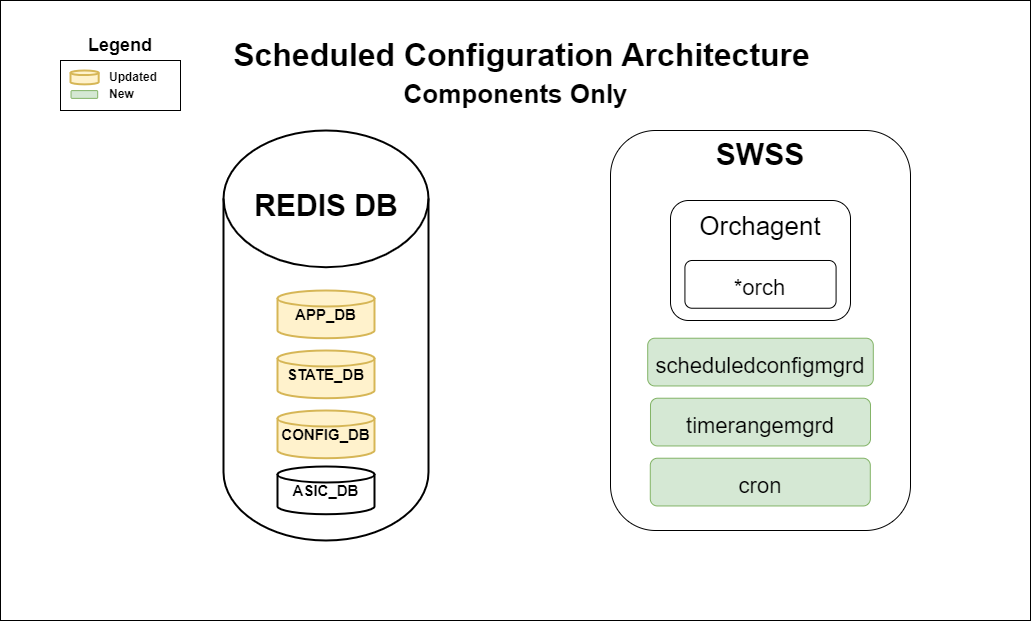
This is doc/scheduled-configurations/images/scheduled-configuration-architecture-no-connections.png from sonic-net/SONiC, a draw.io export, as it was before one commit. Source tidied: cells renumbered, new cells last; positions are measured from the earlier drawing's top-left corner, leaving out a move shared by most shapes.
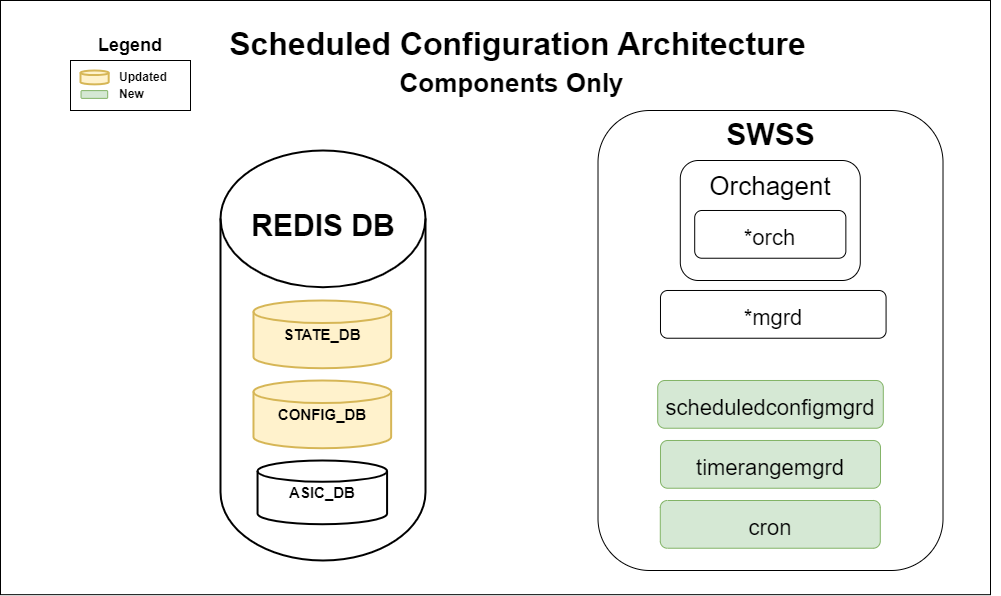
The same diagram one commit later.

Commit message:
Redesign of Scheduled Configurations

Change to the diagram source:
```diff
@@ -2,53 +2,53 @@
   <root>
     <mxCell id="0" />
     <mxCell id="1" parent="0" />
-    <mxCell id="2" style="rounded=0;whiteSpace=wrap;html=1;" parent="1" vertex="1">
-      <mxGeometry width="1030" height="620" as="geometry" />
-    </mxCell>
+    <mxCell id="25" style="rounded=0;whiteSpace=wrap;html=1;" parent="1" vertex="1">
+      <mxGeometry x="-10" width="990" height="594.2" as="geometry" />
+    </mxCell>
     <mxCell id="3" style="group;" parent="1" vertex="1">
-      <mxGeometry x="223" y="130" width="205" height="410" as="geometry" />
+      <mxGeometry x="210" y="150" width="205" height="410" as="geometry" />
     </mxCell>
     <mxCell id="4" style="strokeWidth=2;html=1;shape=mxgraph.flowchart.database;whiteSpace=wrap;" parent="3" vertex="1">
       <mxGeometry width="205" height="410" as="geometry" />
     </mxCell>
     <mxCell id="5" value="CONFIG_DB" style="strokeWidth=2;html=1;shape=mxgraph.flowchart.database;whiteSpace=wrap;verticalAlign=middle;fontSize=15;fontStyle=1;fillColor=#fff2cc;strokeColor=#d6b656;" parent="3" vertex="1">
-      <mxGeometry x="54" y="280" width="97" height="47.7" as="geometry" />
+      <mxGeometry x="33" y="230" width="137.7" height="67.7" as="geometry" />
     </mxCell>
     <mxCell id="6" value="ASIC_DB" style="strokeWidth=2;html=1;shape=mxgraph.flowchart.database;whiteSpace=wrap;verticalAlign=middle;fontSize=15;fontStyle=1;" parent="3" vertex="1">
-      <mxGeometry x="54" y="336" width="97" height="47.7" as="geometry" />
+      <mxGeometry x="37.1" y="310" width="129.5" height="63.7" as="geometry" />
     </mxCell>
     <mxCell id="7" value="STATE_DB" style="strokeWidth=2;html=1;shape=mxgraph.flowchart.database;whiteSpace=wrap;verticalAlign=middle;fontSize=15;fontStyle=1;fillColor=#fff2cc;strokeColor=#d6b656;" parent="3" vertex="1">
-      <mxGeometry x="54" y="220" width="97" height="47.7" as="geometry" />
+      <mxGeometry x="33" y="150" width="137.6" height="67.7" as="geometry" />
     </mxCell>
-    <mxCell id="8" value="APP_DB" style="strokeWidth=2;html=1;shape=mxgraph.flowchart.database;whiteSpace=wrap;verticalAlign=middle;fontSize=15;fontStyle=1;fillColor=#fff2cc;strokeColor=#d6b656;" parent="3" vertex="1">
-      <mxGeometry x="54" y="160" width="97" height="47.7" as="geometry" />
-    </mxCell>
     <mxCell id="9" value="REDIS DB" style="text;html=1;strokeColor=none;fillColor=none;align=center;verticalAlign=middle;whiteSpace=wrap;rounded=0;fontSize=30;fontStyle=1;" parent="3" vertex="1">
       <mxGeometry x="2.5" y="60" width="200" height="30" as="geometry" />
     </mxCell>
+    <mxCell id="14" style="group;" parent="1" vertex="1">
+      <mxGeometry x="670" y="200" width="320" height="380" as="geometry" />
+    </mxCell>
-    <mxCell id="10" value="&lt;b&gt;SWSS&lt;/b&gt;" style="rounded=1;whiteSpace=wrap;html=1;fontSize=30;verticalAlign=top;" parent="1" vertex="1">
-      <mxGeometry x="610" y="130" width="300" height="400" as="geometry" />
+    <mxCell id="10" value="&lt;b&gt;SWSS&lt;/b&gt;" style="rounded=1;whiteSpace=wrap;html=1;fontSize=30;verticalAlign=top;" parent="14" vertex="1">
+      <mxGeometry x="-82.5" y="-90" width="345" height="460" as="geometry" />
     </mxCell>
-    <mxCell id="11" value="&lt;span style=&quot;font-size: 22px;&quot;&gt;scheduledconfigmgrd&lt;/span&gt;" style="rounded=1;whiteSpace=wrap;html=1;fontSize=30;fillColor=#d5e8d4;strokeColor=#82b366;" parent="1" vertex="1">
-      <mxGeometry x="647.2" y="337.7" width="225.6" height="47.7" as="geometry" />
-    </mxCell>
-    <mxCell id="12" value="&lt;font style=&quot;font-size: 22px;&quot;&gt;cron&lt;/font&gt;" style="rounded=1;whiteSpace=wrap;html=1;fontSize=30;fillColor=#d5e8d4;strokeColor=#82b366;" parent="1" vertex="1">
-      <mxGeometry x="649.8" y="457.7" width="220" height="47.7" as="geometry" />
-    </mxCell>
-    <mxCell id="13" value="&lt;font style=&quot;font-size: 22px;&quot;&gt;timerangemgrd&lt;/font&gt;" style="rounded=1;whiteSpace=wrap;html=1;fontSize=30;fillColor=#d5e8d4;strokeColor=#82b366;" parent="1" vertex="1">
-      <mxGeometry x="650" y="397.7" width="220" height="47.7" as="geometry" />
-    </mxCell>
-    <mxCell id="14" style="group;" parent="1" vertex="1">
-      <mxGeometry x="670" y="200" width="180" height="120" as="geometry" />
-    </mxCell>
     <mxCell id="15" value="&lt;font style=&quot;font-size: 26px;&quot;&gt;Orchagent&lt;/font&gt;" style="rounded=1;whiteSpace=wrap;html=1;fontSize=30;verticalAlign=top;" parent="14" vertex="1">
-      <mxGeometry width="180" height="120" as="geometry" />
+      <mxGeometry x="-0.2" y="-40" width="180" height="120" as="geometry" />
     </mxCell>
     <mxCell id="16" value="&lt;font style=&quot;font-size: 22px;&quot;&gt;*orch&lt;/font&gt;" style="rounded=1;whiteSpace=wrap;html=1;fontSize=30;" parent="14" vertex="1">
-      <mxGeometry x="14.4" y="60" width="151.2" height="47.7" as="geometry" />
+      <mxGeometry x="14.2" y="10" width="151.2" height="47.7" as="geometry" />
     </mxCell>
+    <mxCell id="11" value="&lt;span style=&quot;font-size: 22px;&quot;&gt;scheduledconfigmgrd&lt;/span&gt;" style="rounded=1;whiteSpace=wrap;html=1;fontSize=30;fillColor=#d5e8d4;strokeColor=#82b366;" parent="14" vertex="1">
+      <mxGeometry x="-22.8" y="180" width="225.6" height="47.7" as="geometry" />
+    </mxCell>
+    <mxCell id="13" value="&lt;font style=&quot;font-size: 22px;&quot;&gt;timerangemgrd&lt;/font&gt;" style="rounded=1;whiteSpace=wrap;html=1;fontSize=30;fillColor=#d5e8d4;strokeColor=#82b366;" parent="14" vertex="1">
+      <mxGeometry x="-20" y="240" width="220" height="47.7" as="geometry" />
+    </mxCell>
+    <mxCell id="12" value="&lt;font style=&quot;font-size: 22px;&quot;&gt;cron&lt;/font&gt;" style="rounded=1;whiteSpace=wrap;html=1;fontSize=30;fillColor=#d5e8d4;strokeColor=#82b366;" parent="14" vertex="1">
+      <mxGeometry x="-20.2" y="300" width="220" height="47.7" as="geometry" />
+    </mxCell>
+    <mxCell id="26" value="&lt;span style=&quot;font-size: 22px;&quot;&gt;*mgrd&lt;/span&gt;" style="rounded=1;whiteSpace=wrap;html=1;fontSize=30;" parent="14" vertex="1">
+      <mxGeometry x="-20" y="90" width="225.6" height="47.7" as="geometry" />
+    </mxCell>
     <mxCell id="17" value="&lt;font size=&quot;1&quot; style=&quot;&quot;&gt;&lt;b style=&quot;font-size: 26px;&quot;&gt;Components Only&lt;/b&gt;&lt;/font&gt;" style="text;html=1;strokeColor=none;fillColor=none;align=center;verticalAlign=middle;whiteSpace=wrap;rounded=0;" parent="1" vertex="1">
-      <mxGeometry x="213.6" y="79" width="602.8" height="30" as="geometry" />
+      <mxGeometry x="200" y="67.9" width="602.8" height="30" as="geometry" />
     </mxCell>
     <mxCell id="18" style="rounded=0;whiteSpace=wrap;html=1;" parent="1" vertex="1">
       <mxGeometry x="60" y="60" width="120" height="50" as="geometry" />
@@ -69,7 +69,7 @@
       <mxGeometry x="107" y="89" width="45" height="10" as="geometry" />
     </mxCell>
     <mxCell id="24" value="&lt;font style=&quot;font-size: 32px;&quot;&gt;&lt;b&gt;Scheduled Configuration Architecture&lt;/b&gt;&lt;/font&gt;" style="text;html=1;strokeColor=none;fillColor=none;align=center;verticalAlign=middle;whiteSpace=wrap;rounded=0;" parent="1" vertex="1">
-      <mxGeometry x="220" y="40" width="602.8" height="30" as="geometry" />
+      <mxGeometry x="206.4" y="28.9" width="602.8" height="30" as="geometry" />
     </mxCell>
   </root>
 </mxGraphModel>
```
